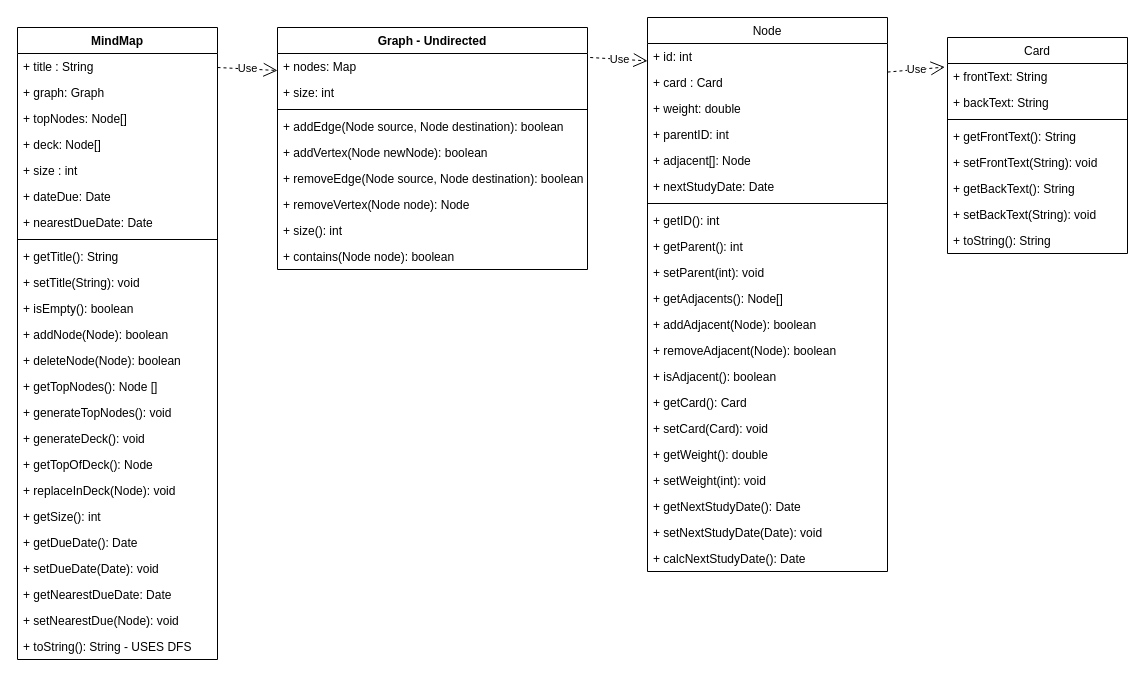
This is UML_Diagrams/class/MindMap_Object_Classes.drawio from kylehackett99/HourWork, a draw.io file, before an edit. Source tidied: cells renumbered, new cells numbered last; positions are measured from the earlier drawing's top-left corner, leaving out a move shared by most shapes. Both pictures are drawn from the tidied source at 100%, with x=0, y=0 at pixel (17, 17).
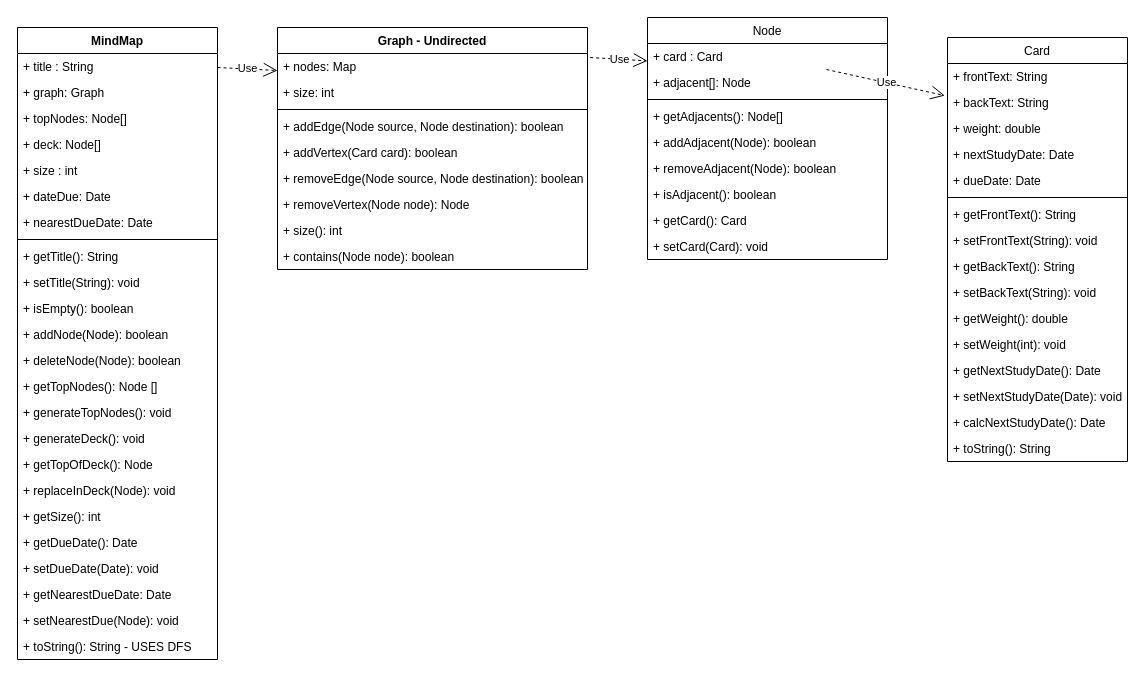
The same diagram, later.

Unchanged cells that the change refers to:
```xml
<mxCell id="59" value="Graph - Undirected" style="swimlane;fontStyle=1;align=center;verticalAlign=top;horizontal=1;startSize=26;" parent="1" vertex="1">
  <mxGeometry x="260" y="10" width="310" height="242" as="geometry" />
</mxCell>
```

What changed in the source:
```diff
@@
     <mxCell id="2" value="Card" style="swimlane;fontStyle=0;horizontal=1;startSize=26;fillColor=none;" parent="1" vertex="1">
-      <mxGeometry x="930" y="20" width="180" height="216" as="geometry" />
+      <mxGeometry x="930" y="20" width="180" height="424" as="geometry" />
     </mxCell>
@@
+    <mxCell id="14" value="+ weight: double" style="text;strokeColor=none;fillColor=none;align=left;verticalAlign=top;spacingLeft=4;spacingRight=4;overflow=hidden;" parent="2" vertex="1">
+      <mxGeometry y="78" width="180" height="26" as="geometry" />
+    </mxCell>
+    <mxCell id="17" value="+ nextStudyDate: Date" style="text;strokeColor=none;fillColor=none;align=left;verticalAlign=top;spacingLeft=4;spacingRight=4;overflow=hidden;" parent="2" vertex="1">
+      <mxGeometry y="104" width="180" height="26" as="geometry" />
+    </mxCell>
+    <mxCell id="71" value="+ dueDate: Date" style="text;strokeColor=none;fillColor=none;align=left;verticalAlign=top;spacingLeft=4;spacingRight=4;overflow=hidden;" parent="2" vertex="1">
+      <mxGeometry y="130" width="180" height="26" as="geometry" />
+    </mxCell>
     <mxCell id="5" style="line;strokeWidth=1;fillColor=none;align=left;verticalAlign=middle;spacingTop=-1;spacingLeft=3;spacingRight=3;labelPosition=right;" parent="2" vertex="1">
-      <mxGeometry y="78" width="180" height="8" as="geometry" />
+      <mxGeometry y="156" width="180" height="8" as="geometry" />
     </mxCell>
     <mxCell id="6" value="+ getFrontText(): String" style="text;strokeColor=none;fillColor=none;align=left;verticalAlign=top;spacingLeft=4;spacingRight=4;overflow=hidden;" parent="2" vertex="1">
-      <mxGeometry y="86" width="180" height="26" as="geometry" />
+      <mxGeometry y="164" width="180" height="26" as="geometry" />
     </mxCell>
     <mxCell id="7" value="+ setFrontText(String): void" style="text;strokeColor=none;fillColor=none;align=left;verticalAlign=top;spacingLeft=4;spacingRight=4;overflow=hidden;" parent="2" vertex="1">
-      <mxGeometry y="112" width="180" height="26" as="geometry" />
+      <mxGeometry y="190" width="180" height="26" as="geometry" />
     </mxCell>
     <mxCell id="8" value="+ getBackText(): String" style="text;strokeColor=none;fillColor=none;align=left;verticalAlign=top;spacingLeft=4;spacingRight=4;overflow=hidden;" parent="2" vertex="1">
-      <mxGeometry y="138" width="180" height="26" as="geometry" />
+      <mxGeometry y="216" width="180" height="26" as="geometry" />
     </mxCell>
     <mxCell id="9" value="+ setBackText(String): void" style="text;strokeColor=none;fillColor=none;align=left;verticalAlign=top;spacingLeft=4;spacingRight=4;overflow=hidden;" parent="2" vertex="1">
-      <mxGeometry y="164" width="180" height="26" as="geometry" />
+      <mxGeometry y="242" width="180" height="26" as="geometry" />
     </mxCell>
+    <mxCell id="28" value="+ getWeight(): double" style="text;strokeColor=none;fillColor=none;align=left;verticalAlign=top;spacingLeft=4;spacingRight=4;overflow=hidden;" parent="2" vertex="1">
+      <mxGeometry y="268" width="180" height="26" as="geometry" />
+    </mxCell>
+    <mxCell id="29" value="+ setWeight(int): void" style="text;strokeColor=none;fillColor=none;align=left;verticalAlign=top;spacingLeft=4;spacingRight=4;overflow=hidden;" parent="2" vertex="1">
+      <mxGeometry y="294" width="180" height="26" as="geometry" />
+    </mxCell>
+    <mxCell id="30" value="+ getNextStudyDate(): Date" style="text;strokeColor=none;fillColor=none;align=left;verticalAlign=top;spacingLeft=4;spacingRight=4;overflow=hidden;" parent="2" vertex="1">
+      <mxGeometry y="320" width="180" height="26" as="geometry" />
+    </mxCell>
+    <mxCell id="31" value="+ setNextStudyDate(Date): void" style="text;strokeColor=none;fillColor=none;align=left;verticalAlign=top;spacingLeft=4;spacingRight=4;overflow=hidden;" parent="2" vertex="1">
+      <mxGeometry y="346" width="180" height="26" as="geometry" />
+    </mxCell>
+    <mxCell id="32" value="+ calcNextStudyDate(): Date" style="text;strokeColor=none;fillColor=none;align=left;verticalAlign=top;spacingLeft=4;spacingRight=4;overflow=hidden;" parent="2" vertex="1">
+      <mxGeometry y="372" width="180" height="26" as="geometry" />
+    </mxCell>
     <mxCell id="10" value="+ toString(): String" style="text;strokeColor=none;fillColor=none;align=left;verticalAlign=top;spacingLeft=4;spacingRight=4;overflow=hidden;" parent="2" vertex="1">
-      <mxGeometry y="190" width="180" height="26" as="geometry" />
+      <mxGeometry y="398" width="180" height="26" as="geometry" />
     </mxCell>
     <mxCell id="11" value="Node" style="swimlane;fontStyle=0;horizontal=1;startSize=26;fillColor=none;" parent="1" vertex="1">
-      <mxGeometry x="630" width="240" height="554" as="geometry" />
+      <mxGeometry x="630" width="240" height="242" as="geometry" />
     </mxCell>
-    <mxCell id="12" value="+ id: int" style="text;strokeColor=none;fillColor=none;align=left;verticalAlign=top;spacingLeft=4;spacingRight=4;overflow=hidden;" parent="11" vertex="1">
-      <mxGeometry y="26" width="240" height="26" as="geometry" />
-    </mxCell>
     <mxCell id="13" value="+ card : Card" style="text;strokeColor=none;fillColor=none;align=left;verticalAlign=top;spacingLeft=4;spacingRight=4;overflow=hidden;points=[[0,0.5],[1,0.5]];portConstraint=eastwest;" parent="11" vertex="1">
-      <mxGeometry y="52" width="240" height="26" as="geometry" />
+      <mxGeometry y="26" width="240" height="26" as="geometry" />
     </mxCell>
-    <mxCell id="14" value="+ weight: double" style="text;strokeColor=none;fillColor=none;align=left;verticalAlign=top;spacingLeft=4;spacingRight=4;overflow=hidden;" parent="11" vertex="1">
-      <mxGeometry y="78" width="240" height="26" as="geometry" />
-    </mxCell>
-    <mxCell id="15" value="+ parentID: int" style="text;strokeColor=none;fillColor=none;align=left;verticalAlign=top;spacingLeft=4;spacingRight=4;overflow=hidden;" parent="11" vertex="1">
-      <mxGeometry y="104" width="240" height="26" as="geometry" />
-    </mxCell>
     <mxCell id="16" value="+ adjacent[]: Node" style="text;strokeColor=none;fillColor=none;align=left;verticalAlign=top;spacingLeft=4;spacingRight=4;overflow=hidden;" parent="11" vertex="1">
-      <mxGeometry y="130" width="240" height="26" as="geometry" />
+      <mxGeometry y="52" width="240" height="26" as="geometry" />
     </mxCell>
-    <mxCell id="17" value="+ nextStudyDate: Date" style="text;strokeColor=none;fillColor=none;align=left;verticalAlign=top;spacingLeft=4;spacingRight=4;overflow=hidden;" parent="11" vertex="1">
-      <mxGeometry y="156" width="240" height="26" as="geometry" />
-    </mxCell>
     <mxCell id="18" style="line;strokeWidth=1;fillColor=none;align=left;verticalAlign=middle;spacingTop=-1;spacingLeft=3;spacingRight=3;labelPosition=right;" parent="11" vertex="1">
-      <mxGeometry y="182" width="240" height="8" as="geometry" />
+      <mxGeometry y="78" width="240" height="8" as="geometry" />
     </mxCell>
-    <mxCell id="19" value="+ getID(): int" style="text;strokeColor=none;fillColor=none;align=left;verticalAlign=top;spacingLeft=4;spacingRight=4;overflow=hidden;" parent="11" vertex="1">
-      <mxGeometry y="190" width="240" height="26" as="geometry" />
-    </mxCell>
-    <mxCell id="20" value="+ getParent(): int" style="text;strokeColor=none;fillColor=none;align=left;verticalAlign=top;spacingLeft=4;spacingRight=4;overflow=hidden;" parent="11" vertex="1">
-      <mxGeometry y="216" width="240" height="26" as="geometry" />
-    </mxCell>
-    <mxCell id="21" value="+ setParent(int): void" style="text;strokeColor=none;fillColor=none;align=left;verticalAlign=top;spacingLeft=4;spacingRight=4;overflow=hidden;" parent="11" vertex="1">
-      <mxGeometry y="242" width="240" height="26" as="geometry" />
-    </mxCell>
     <mxCell id="22" value="+ getAdjacents(): Node[]" style="text;strokeColor=none;fillColor=none;align=left;verticalAlign=top;spacingLeft=4;spacingRight=4;overflow=hidden;" parent="11" vertex="1">
-      <mxGeometry y="268" width="240" height="26" as="geometry" />
+      <mxGeometry y="86" width="240" height="26" as="geometry" />
     </mxCell>
     <mxCell id="23" value="+ addAdjacent(Node): boolean" style="text;strokeColor=none;fillColor=none;align=left;verticalAlign=top;spacingLeft=4;spacingRight=4;overflow=hidden;" parent="11" vertex="1">
-      <mxGeometry y="294" width="240" height="26" as="geometry" />
+      <mxGeometry y="112" width="240" height="26" as="geometry" />
     </mxCell>
     <mxCell id="24" value="+ removeAdjacent(Node): boolean" style="text;strokeColor=none;fillColor=none;align=left;verticalAlign=top;spacingLeft=4;spacingRight=4;overflow=hidden;" parent="11" vertex="1">
-      <mxGeometry y="320" width="240" height="26" as="geometry" />
+      <mxGeometry y="138" width="240" height="26" as="geometry" />
     </mxCell>
     <mxCell id="25" value="+ isAdjacent(): boolean" style="text;strokeColor=none;fillColor=none;align=left;verticalAlign=top;spacingLeft=4;spacingRight=4;overflow=hidden;" parent="11" vertex="1">
-      <mxGeometry y="346" width="240" height="26" as="geometry" />
+      <mxGeometry y="164" width="240" height="26" as="geometry" />
     </mxCell>
     <mxCell id="26" value="+ getCard(): Card" style="text;strokeColor=none;fillColor=none;align=left;verticalAlign=top;spacingLeft=4;spacingRight=4;overflow=hidden;" parent="11" vertex="1">
-      <mxGeometry y="372" width="240" height="26" as="geometry" />
+      <mxGeometry y="190" width="240" height="26" as="geometry" />
     </mxCell>
     <mxCell id="27" value="+ setCard(Card): void" style="text;strokeColor=none;fillColor=none;align=left;verticalAlign=top;spacingLeft=4;spacingRight=4;overflow=hidden;" parent="11" vertex="1">
-      <mxGeometry y="398" width="240" height="26" as="geometry" />
+      <mxGeometry y="216" width="240" height="26" as="geometry" />
     </mxCell>
-    <mxCell id="28" value="+ getWeight(): double" style="text;strokeColor=none;fillColor=none;align=left;verticalAlign=top;spacingLeft=4;spacingRight=4;overflow=hidden;" parent="11" vertex="1">
-      <mxGeometry y="424" width="240" height="26" as="geometry" />
-    </mxCell>
-    <mxCell id="29" value="+ setWeight(int): void" style="text;strokeColor=none;fillColor=none;align=left;verticalAlign=top;spacingLeft=4;spacingRight=4;overflow=hidden;" parent="11" vertex="1">
-      <mxGeometry y="450" width="240" height="26" as="geometry" />
-    </mxCell>
-    <mxCell id="30" value="+ getNextStudyDate(): Date" style="text;strokeColor=none;fillColor=none;align=left;verticalAlign=top;spacingLeft=4;spacingRight=4;overflow=hidden;" parent="11" vertex="1">
-      <mxGeometry y="476" width="240" height="26" as="geometry" />
-    </mxCell>
-    <mxCell id="31" value="+ setNextStudyDate(Date): void" style="text;strokeColor=none;fillColor=none;align=left;verticalAlign=top;spacingLeft=4;spacingRight=4;overflow=hidden;" parent="11" vertex="1">
-      <mxGeometry y="502" width="240" height="26" as="geometry" />
-    </mxCell>
-    <mxCell id="32" value="+ calcNextStudyDate(): Date" style="text;strokeColor=none;fillColor=none;align=left;verticalAlign=top;spacingLeft=4;spacingRight=4;overflow=hidden;" parent="11" vertex="1">
-      <mxGeometry y="528" width="240" height="26" as="geometry" />
-    </mxCell>
@@
-    <mxCell id="64" value="+ addVertex(Node newNode): boolean" style="text;strokeColor=none;fillColor=none;align=left;verticalAlign=top;spacingLeft=4;spacingRight=4;overflow=hidden;" parent="59" vertex="1">
+    <mxCell id="64" value="+ addVertex(Card card): boolean" style="text;strokeColor=none;fillColor=none;align=left;verticalAlign=top;spacingLeft=4;spacingRight=4;overflow=hidden;" parent="59" vertex="1">
       <mxGeometry y="112" width="310" height="26" as="geometry" />
     </mxCell>
```
